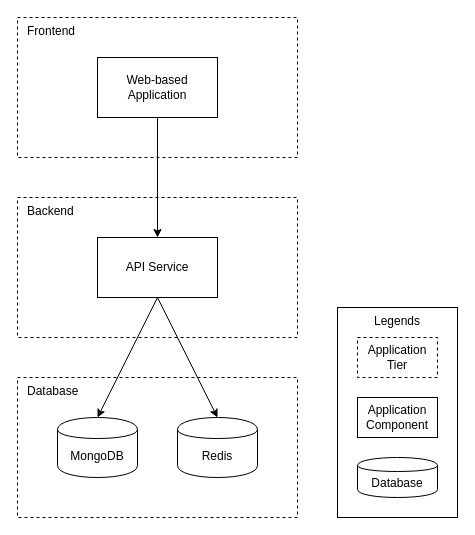
Earlier version of the draw.io diagram page "Level 1" (1 of 2) of docs/architectural-design.drawio (fhg-test/fhg-test). Source tidied: cells renumbered, new cells numbered last; positions are measured from the earlier drawing's top-left corner, leaving out a move shared by most shapes. Both pictures are drawn from the tidied source at 100%, with x=0, y=0 at pixel (17, 17).
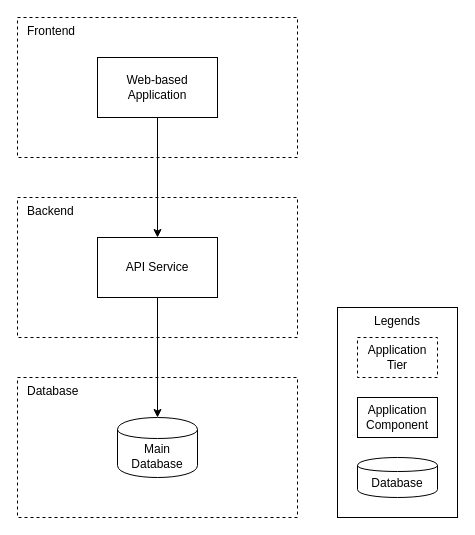
The same diagram, later.

Commit message (it also covers changes not shown here):
docs: update Architectural Design, Database Design & Technologies sections

The edit, as a diff of the source:
```diff
@@
 <mxGraphModel>
   <root>
     <mxCell id="0" />
     <mxCell id="1" parent="0" />
     <mxCell id="2" value="Database" style="rounded=0;whiteSpace=wrap;html=1;dashed=1;spacingLeft=8;align=left;verticalAlign=top;" parent="1" vertex="1">
       <mxGeometry y="360" width="280" height="140" as="geometry" />
     </mxCell>
     <mxCell id="3" value="&lt;span&gt;Backend&lt;/span&gt;" style="rounded=0;whiteSpace=wrap;html=1;dashed=1;align=left;verticalAlign=top;spacingLeft=8;" parent="1" vertex="1">
       <mxGeometry y="180" width="280" height="140" as="geometry" />
     </mxCell>
     <mxCell id="4" value="Frontend" style="rounded=0;whiteSpace=wrap;html=1;dashed=1;align=left;verticalAlign=top;spacingLeft=8;" parent="1" vertex="1">
       <mxGeometry width="280" height="140" as="geometry" />
     </mxCell>
     <mxCell id="5" value="Web-based&lt;br&gt;Application" style="rounded=0;whiteSpace=wrap;html=1;" parent="1" vertex="1">
       <mxGeometry x="80" y="40" width="120" height="60" as="geometry" />
     </mxCell>
     <mxCell id="6" value="API Service" style="rounded=0;whiteSpace=wrap;html=1;" parent="1" vertex="1">
       <mxGeometry x="80" y="220" width="120" height="60" as="geometry" />
     </mxCell>
-    <mxCell id="7" value="MongoDB" style="shape=cylinder;whiteSpace=wrap;html=1;boundedLbl=1;backgroundOutline=1;" parent="1" vertex="1">
-      <mxGeometry x="40" y="400" width="80" height="60" as="geometry" />
+    <mxCell id="7" value="Main&lt;br&gt;Database" style="shape=cylinder;whiteSpace=wrap;html=1;boundedLbl=1;backgroundOutline=1;" parent="1" vertex="1">
+      <mxGeometry x="100" y="400" width="80" height="60" as="geometry" />
     </mxCell>
-    <mxCell id="8" value="Redis" style="shape=cylinder;whiteSpace=wrap;html=1;boundedLbl=1;backgroundOutline=1;" parent="1" vertex="1">
-      <mxGeometry x="160" y="400" width="80" height="60" as="geometry" />
-    </mxCell>
     <mxCell id="9" style="endArrow=classic;html=1;exitX=0.5;exitY=1;exitDx=0;exitDy=0;entryX=0.5;entryY=0;entryDx=0;entryDy=0;" parent="1" edge="1" source="5" target="6">
       <mxGeometry relative="1" as="geometry" />
     </mxCell>
     <mxCell id="10" style="endArrow=classic;html=1;exitX=0.5;exitY=1;exitDx=0;exitDy=0;entryX=0.5;entryY=0;entryDx=0;entryDy=0;" parent="1" edge="1" source="6" target="7">
       <mxGeometry relative="1" as="geometry" />
     </mxCell>
-    <mxCell id="11" style="endArrow=classic;html=1;exitX=0.5;exitY=1;exitDx=0;exitDy=0;entryX=0.5;entryY=0;entryDx=0;entryDy=0;" parent="1" edge="1" source="6" target="8">
-      <mxGeometry relative="1" as="geometry" />
-    </mxCell>
     <mxCell id="12" value="Legends" style="rounded=0;whiteSpace=wrap;html=1;spacingLeft=0;align=center;verticalAlign=top;" parent="1" vertex="1">
       <mxGeometry x="320" y="290" width="120" height="210" as="geometry" />
     </mxCell>
     <mxCell id="13" value="Application&lt;br&gt;Component" style="rounded=0;whiteSpace=wrap;html=1;" parent="1" vertex="1">
       <mxGeometry x="340" y="380" width="80" height="40" as="geometry" />
     </mxCell>
     <mxCell id="14" value="Database" style="shape=cylinder;whiteSpace=wrap;html=1;boundedLbl=1;backgroundOutline=1;align=center;" parent="1" vertex="1">
       <mxGeometry x="340" y="440" width="80" height="40" as="geometry" />
     </mxCell>
     <mxCell id="15" value="Application&lt;br&gt;Tier" style="rounded=0;whiteSpace=wrap;html=1;dashed=1;" parent="1" vertex="1">
       <mxGeometry x="340" y="320" width="80" height="40" as="geometry" />
     </mxCell>
   </root>
 </mxGraphModel>
```
